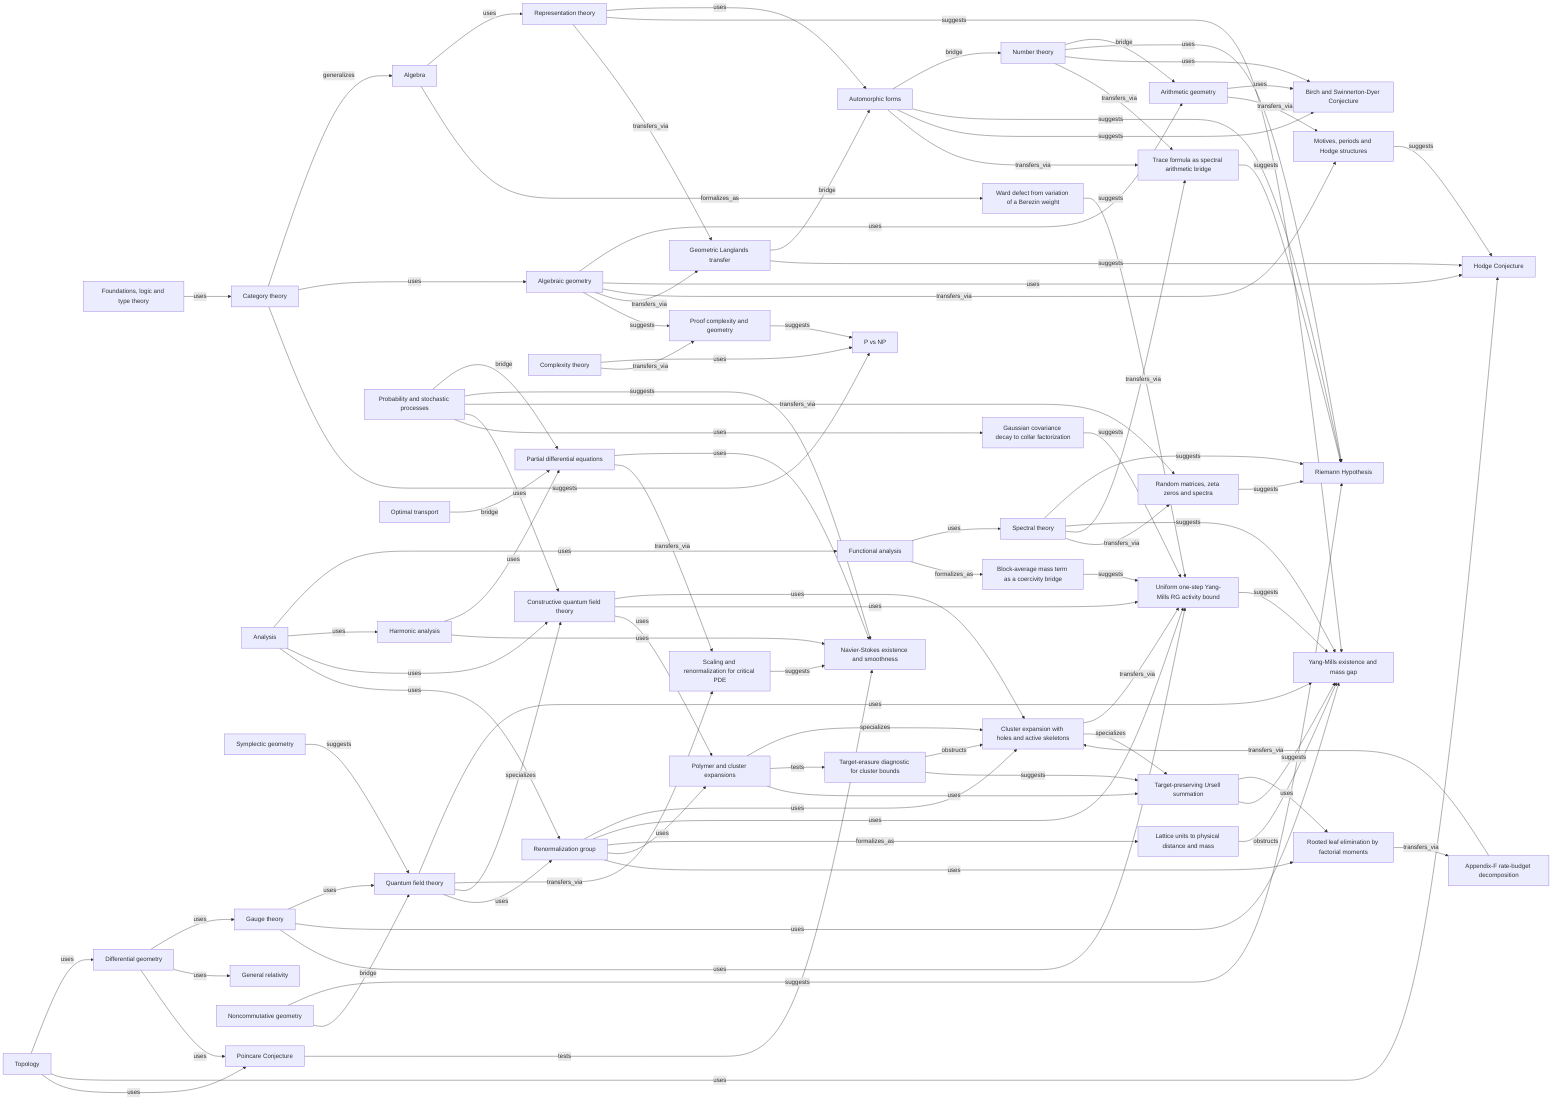
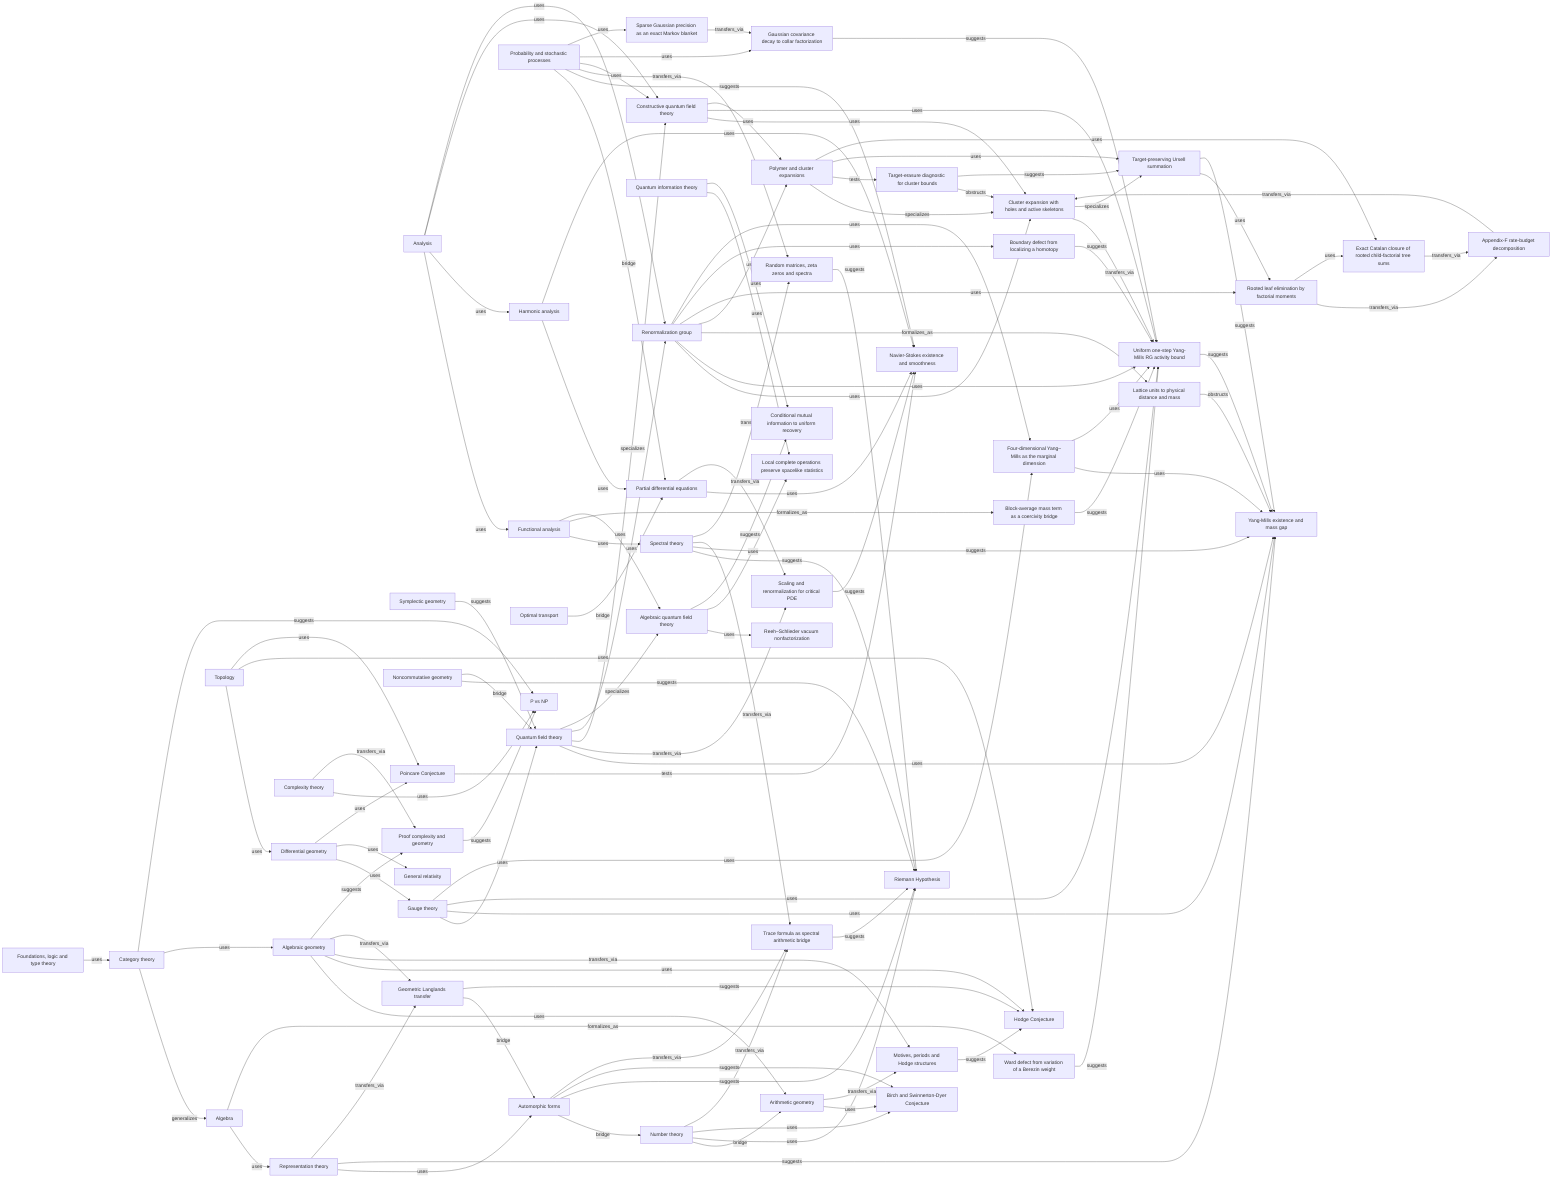
flowchart LR
  domain_foundation_logic["Foundations, logic and type theory"]
  domain_category_theory["Category theory"]
  domain_algebra["Algebra"]
  domain_topology["Topology"]
  domain_analysis["Analysis"]
  domain_functional_analysis["Functional analysis"]
  domain_harmonic_analysis["Harmonic analysis"]
  domain_spectral_theory["Spectral theory"]
  domain_probability_stochastics["Probability and stochastic processes"]
  domain_pde["Partial differential equations"]
  domain_differential_geometry["Differential geometry"]
  domain_symplectic_geometry["Symplectic geometry"]
  domain_algebraic_geometry["Algebraic geometry"]
  domain_arithmetic_geometry["Arithmetic geometry"]
  domain_number_theory["Number theory"]
  domain_automorphic_forms["Automorphic forms"]
  domain_representation_theory["Representation theory"]
  domain_quantum_field_theory["Quantum field theory"]
  domain_gauge_theory["Gauge theory"]
  domain_general_relativity["General relativity"]
  domain_complexity_theory["Complexity theory"]
  domain_noncommutative_geometry["Noncommutative geometry"]
  domain_optimal_transport["Optimal transport"]
  bridge_trace_formula_spectral_arithmetic["Trace formula as spectral arithmetic bridge"]
  bridge_renormalization_scaling_pde["Scaling and renormalization for critical PDE"]
  bridge_motives_periods_hodge["Motives, periods and Hodge structures"]
  bridge_geometric_langlands_transfer["Geometric Langlands transfer"]
  bridge_random_matrix_zeta_spectra["Random matrices, zeta zeros and spectra"]
  bridge_proof_complexity_geometry["Proof complexity and geometry"]
  problem_riemann_hypothesis["Riemann Hypothesis"]
  problem_yang_mills_mass_gap["Yang-Mills existence and mass gap"]
  problem_navier_stokes["Navier-Stokes existence and smoothness"]
  problem_hodge_conjecture["Hodge Conjecture"]
  problem_birch_swinnerton_dyer["Birch and Swinnerton-Dyer Conjecture"]
  problem_p_vs_np["P vs NP"]
  problem_poincare_conjecture["Poincare Conjecture"]
  domain_constructive_quantum_field_theory["Constructive quantum field theory"]
  domain_renormalization_group["Renormalization group"]
  bridge_cluster_expansion_with_holes["Cluster expansion with holes and active skeletons"]
  bridge_ward_defect_weight_variation["Ward defect from variation of a Berezin weight"]
  bridge_gaussian_covariance_collar["Gaussian covariance decay to collar factorization"]
  bridge_lattice_physical_scaling["Lattice units to physical distance and mass"]
  bridge_block_average_coercivity["Block-average mass term as a coercivity bridge"]
  problem_uniform_yang_mills_rg_activity["Uniform one-step Yang-Mills RG activity bound"]
  domain_polymer_cluster_expansions["Polymer and cluster expansions"]
  bridge_target_erasure_diagnostic["Target-erasure diagnostic for cluster bounds"]
  bridge_target_preserving_ursell_summation["Target-preserving Ursell summation"]
  bridge_rooted_leaf_factorial_moments["Rooted leaf elimination by factorial moments"]
  bridge_appendix_f_rate_budget_split["Appendix-F rate-budget decomposition"]
+   domain_algebraic_quantum_field_theory["Algebraic quantum field theory"]
+   domain_quantum_information_theory["Quantum information theory"]
+   bridge_reeh_schlieder_vacuum_nonfactorization["Reeh–Schlieder vacuum nonfactorization"]
+   bridge_local_operations_no_signalling["Local complete operations preserve spacelike statistics"]
+   bridge_conditional_mutual_information_recovery["Conditional mutual information to uniform recovery"]
+   bridge_gaussian_precision_markov_blanket["Sparse Gaussian precision as an exact Markov blanket"]
+   bridge_rooted_tree_catalan_closure["Exact Catalan closure of rooted child-factorial tree sums"]
+   bridge_localized_homotopy_boundary_defect["Boundary defect from localizing a homotopy"]
+   bridge_yang_mills_critical_dimension["Four-dimensional Yang–Mills as the marginal dimension"]
  domain_foundation_logic -->|uses| domain_category_theory
  domain_category_theory -->|generalizes| domain_algebra
  domain_category_theory -->|uses| domain_algebraic_geometry
  domain_algebra -->|uses| domain_representation_theory
  domain_topology -->|uses| domain_differential_geometry
  domain_analysis -->|uses| domain_functional_analysis
  domain_functional_analysis -->|uses| domain_spectral_theory
  domain_analysis -->|uses| domain_harmonic_analysis
  domain_harmonic_analysis -->|uses| domain_pde
  domain_probability_stochastics -->|bridge| domain_pde
  domain_optimal_transport -->|bridge| domain_pde
  domain_differential_geometry -->|uses| domain_gauge_theory
  domain_symplectic_geometry -->|suggests| domain_quantum_field_theory
  domain_gauge_theory -->|uses| domain_quantum_field_theory
  domain_differential_geometry -->|uses| domain_general_relativity
  domain_algebraic_geometry -->|uses| domain_arithmetic_geometry
  domain_number_theory -->|bridge| domain_arithmetic_geometry
  domain_representation_theory -->|uses| domain_automorphic_forms
  domain_automorphic_forms -->|bridge| domain_number_theory
  domain_spectral_theory -->|suggests| problem_riemann_hypothesis
  domain_number_theory -->|uses| problem_riemann_hypothesis
  domain_automorphic_forms -->|suggests| problem_riemann_hypothesis
  domain_noncommutative_geometry -->|suggests| problem_riemann_hypothesis
  bridge_random_matrix_zeta_spectra -->|suggests| problem_riemann_hypothesis
  bridge_trace_formula_spectral_arithmetic -->|suggests| problem_riemann_hypothesis
  domain_pde -->|uses| problem_navier_stokes
  domain_harmonic_analysis -->|uses| problem_navier_stokes
  bridge_renormalization_scaling_pde -->|suggests| problem_navier_stokes
  domain_probability_stochastics -->|suggests| problem_navier_stokes
  domain_gauge_theory -->|uses| problem_yang_mills_mass_gap
  domain_quantum_field_theory -->|uses| problem_yang_mills_mass_gap
  domain_representation_theory -->|suggests| problem_yang_mills_mass_gap
  domain_spectral_theory -->|suggests| problem_yang_mills_mass_gap
  domain_algebraic_geometry -->|uses| problem_hodge_conjecture
  domain_topology -->|uses| problem_hodge_conjecture
  bridge_motives_periods_hodge -->|suggests| problem_hodge_conjecture
  domain_arithmetic_geometry -->|uses| problem_birch_swinnerton_dyer
  domain_automorphic_forms -->|suggests| problem_birch_swinnerton_dyer
  domain_number_theory -->|uses| problem_birch_swinnerton_dyer
  domain_complexity_theory -->|uses| problem_p_vs_np
  bridge_proof_complexity_geometry -->|suggests| problem_p_vs_np
  domain_category_theory -->|suggests| problem_p_vs_np
  domain_topology -->|uses| problem_poincare_conjecture
  domain_differential_geometry -->|uses| problem_poincare_conjecture
  problem_poincare_conjecture -->|tests| problem_navier_stokes
  bridge_geometric_langlands_transfer -->|bridge| domain_automorphic_forms
  bridge_geometric_langlands_transfer -->|suggests| problem_hodge_conjecture
  domain_noncommutative_geometry -->|bridge| domain_quantum_field_theory
  domain_spectral_theory -->|transfers_via| bridge_trace_formula_spectral_arithmetic
  domain_automorphic_forms -->|transfers_via| bridge_trace_formula_spectral_arithmetic
  domain_number_theory -->|transfers_via| bridge_trace_formula_spectral_arithmetic
  domain_pde -->|transfers_via| bridge_renormalization_scaling_pde
  domain_quantum_field_theory -->|transfers_via| bridge_renormalization_scaling_pde
  domain_algebraic_geometry -->|transfers_via| bridge_motives_periods_hodge
  domain_arithmetic_geometry -->|transfers_via| bridge_motives_periods_hodge
  domain_representation_theory -->|transfers_via| bridge_geometric_langlands_transfer
  domain_algebraic_geometry -->|transfers_via| bridge_geometric_langlands_transfer
  domain_probability_stochastics -->|transfers_via| bridge_random_matrix_zeta_spectra
  domain_spectral_theory -->|transfers_via| bridge_random_matrix_zeta_spectra
  domain_complexity_theory -->|transfers_via| bridge_proof_complexity_geometry
  domain_algebraic_geometry -->|suggests| bridge_proof_complexity_geometry
  domain_quantum_field_theory -->|specializes| domain_constructive_quantum_field_theory
  domain_analysis -->|uses| domain_constructive_quantum_field_theory
  domain_probability_stochastics -->|uses| domain_constructive_quantum_field_theory
  domain_quantum_field_theory -->|uses| domain_renormalization_group
  domain_analysis -->|uses| domain_renormalization_group
  domain_constructive_quantum_field_theory -->|uses| bridge_cluster_expansion_with_holes
  domain_renormalization_group -->|uses| bridge_cluster_expansion_with_holes
  bridge_cluster_expansion_with_holes -->|transfers_via| problem_uniform_yang_mills_rg_activity
  domain_gauge_theory -->|uses| problem_uniform_yang_mills_rg_activity
  domain_renormalization_group -->|uses| problem_uniform_yang_mills_rg_activity
  problem_uniform_yang_mills_rg_activity -->|suggests| problem_yang_mills_mass_gap
  domain_algebra -->|formalizes_as| bridge_ward_defect_weight_variation
  bridge_ward_defect_weight_variation -->|suggests| problem_uniform_yang_mills_rg_activity
  domain_probability_stochastics -->|uses| bridge_gaussian_covariance_collar
  bridge_gaussian_covariance_collar -->|suggests| problem_uniform_yang_mills_rg_activity
  domain_functional_analysis -->|formalizes_as| bridge_block_average_coercivity
  bridge_block_average_coercivity -->|suggests| problem_uniform_yang_mills_rg_activity
  domain_renormalization_group -->|formalizes_as| bridge_lattice_physical_scaling
  bridge_lattice_physical_scaling -->|obstructs| problem_yang_mills_mass_gap
  domain_constructive_quantum_field_theory -->|uses| problem_uniform_yang_mills_rg_activity
  domain_constructive_quantum_field_theory -->|uses| domain_polymer_cluster_expansions
  domain_renormalization_group -->|uses| domain_polymer_cluster_expansions
  domain_polymer_cluster_expansions -->|specializes| bridge_cluster_expansion_with_holes
  domain_polymer_cluster_expansions -->|tests| bridge_target_erasure_diagnostic
  bridge_target_erasure_diagnostic -->|obstructs| bridge_cluster_expansion_with_holes
  bridge_target_erasure_diagnostic -->|suggests| bridge_target_preserving_ursell_summation
  domain_polymer_cluster_expansions -->|uses| bridge_target_preserving_ursell_summation
  bridge_cluster_expansion_with_holes -->|specializes| bridge_target_preserving_ursell_summation
  bridge_target_preserving_ursell_summation -->|uses| bridge_rooted_leaf_factorial_moments
  domain_renormalization_group -->|uses| bridge_rooted_leaf_factorial_moments
  bridge_rooted_leaf_factorial_moments -->|transfers_via| bridge_appendix_f_rate_budget_split
  bridge_appendix_f_rate_budget_split -->|transfers_via| bridge_cluster_expansion_with_holes
  bridge_target_preserving_ursell_summation -->|suggests| problem_yang_mills_mass_gap
+   domain_quantum_field_theory -->|specializes| domain_algebraic_quantum_field_theory
+   domain_functional_analysis -->|uses| domain_algebraic_quantum_field_theory
+   domain_algebraic_quantum_field_theory -->|uses| bridge_reeh_schlieder_vacuum_nonfactorization
+   domain_algebraic_quantum_field_theory -->|uses| bridge_local_operations_no_signalling
+   domain_quantum_information_theory -->|uses| bridge_local_operations_no_signalling
+   domain_quantum_information_theory -->|uses| bridge_conditional_mutual_information_recovery
+   domain_algebraic_quantum_field_theory -->|suggests| bridge_conditional_mutual_information_recovery
+   domain_probability_stochastics -->|uses| bridge_gaussian_precision_markov_blanket
+   bridge_gaussian_precision_markov_blanket -->|transfers_via| bridge_gaussian_covariance_collar
+   bridge_rooted_leaf_factorial_moments -->|uses| bridge_rooted_tree_catalan_closure
+   domain_polymer_cluster_expansions -->|uses| bridge_rooted_tree_catalan_closure
+   bridge_rooted_tree_catalan_closure -->|transfers_via| bridge_appendix_f_rate_budget_split
+   domain_renormalization_group -->|uses| bridge_localized_homotopy_boundary_defect
+   bridge_localized_homotopy_boundary_defect -->|suggests| problem_uniform_yang_mills_rg_activity
+   domain_gauge_theory -->|uses| bridge_yang_mills_critical_dimension
+   domain_renormalization_group -->|uses| bridge_yang_mills_critical_dimension
+   bridge_yang_mills_critical_dimension -->|uses| problem_yang_mills_mass_gap
+   bridge_yang_mills_critical_dimension -->|uses| problem_uniform_yang_mills_rg_activity
